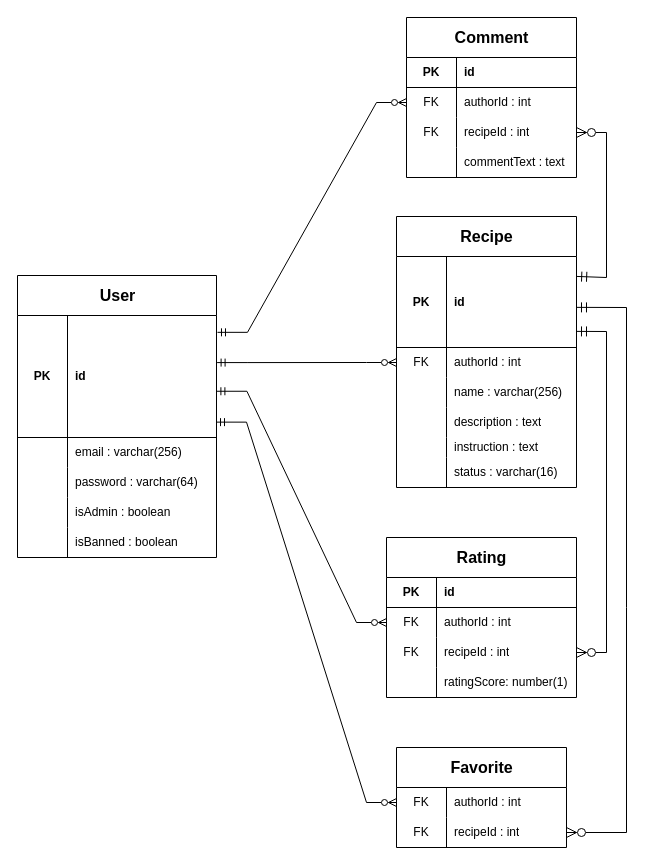
Earlier version of the draw.io diagram docs/ER-diagram/ER-diagram — Web Gastronomy.drawio (BullDigga/web-gastronomy). Source tidied: cells renumbered, new cells numbered last; positions are measured from the earlier drawing's top-left corner, leaving out a move shared by most shapes. Both pictures are drawn from the tidied source at 100%, with x=0, y=0 at pixel (17, 17).
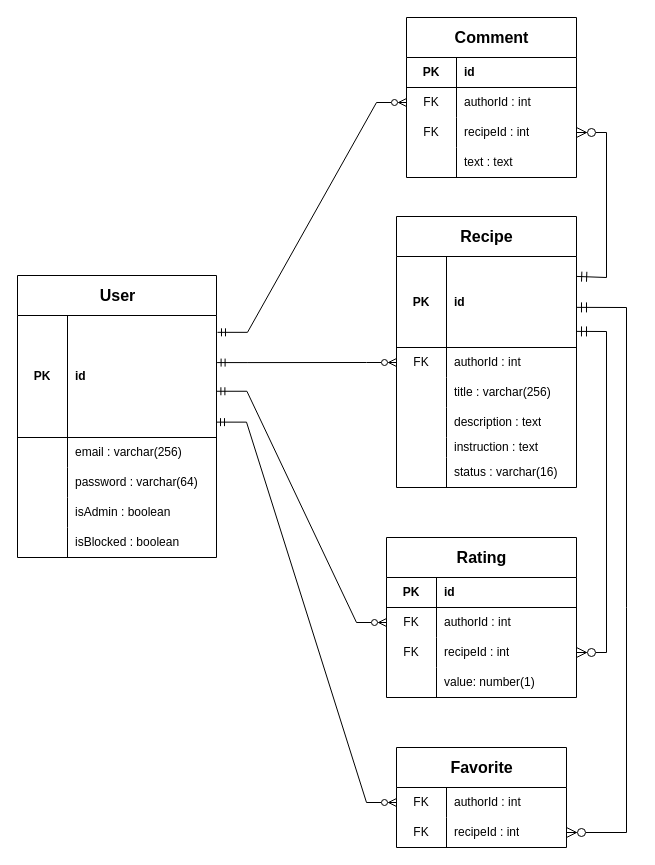
The same page after the edit.

Commit message (it also covers changes not shown here):
В ER-диаграмме изменено «isBanned» на «isBlocked», «name» на «title», «commentText» на «text»

Unchanged cells that the change refers to:
```xml
<mxCell id="15" style="shape=tableRow;horizontal=0;startSize=0;swimlaneHead=0;swimlaneBody=0;fillColor=none;top=0;left=0;right=0;bottom=0;" parent="2" vertex="1">
  <mxGeometry y="252" width="199" height="30" as="geometry" />
</mxCell>
<mxCell id="25" style="shape=tableRow;horizontal=0;startSize=0;swimlaneHead=0;swimlaneBody=0;fillColor=none;top=0;left=0;right=0;bottom=0;" parent="18" vertex="1">
  <mxGeometry y="161" width="180" height="30" as="geometry" />
</mxCell>
<mxCell id="48" style="shape=tableRow;horizontal=0;startSize=0;swimlaneHead=0;swimlaneBody=0;fillColor=none;top=0;left=0;right=0;bottom=0;" parent="38" vertex="1">
  <mxGeometry y="130" width="170" height="30" as="geometry" />
</mxCell>
<mxCell id="62" style="shape=tableRow;horizontal=0;startSize=0;swimlaneHead=0;swimlaneBody=0;fillColor=none;top=0;left=0;right=0;bottom=0;" parent="52" vertex="1">
  <mxGeometry y="130" width="190" height="30" as="geometry" />
</mxCell>
```

Diff of the diagram source:
```diff
@@
-    <mxCell id="17" value="isBanned : boolean" style="shape=partialRectangle;fillColor=none;top=0;left=0;bottom=0;right=0;align=left;spacingLeft=6;overflow=hidden;whiteSpace=wrap;html=1;" parent="15" vertex="1">
+    <mxCell id="17" value="isBlocked : boolean" style="shape=partialRectangle;fillColor=none;top=0;left=0;bottom=0;right=0;align=left;spacingLeft=6;overflow=hidden;whiteSpace=wrap;html=1;" parent="15" vertex="1">
       <mxGeometry x="50" width="149" height="30" as="geometry" />
     </mxCell>
@@
-    <mxCell id="27" value="name : varchar(256)" style="shape=partialRectangle;fillColor=none;top=0;left=0;bottom=0;right=0;align=left;spacingLeft=6;overflow=hidden;whiteSpace=wrap;html=1;" parent="25" vertex="1">
+    <mxCell id="27" value="title : varchar(256)" style="shape=partialRectangle;fillColor=none;top=0;left=0;bottom=0;right=0;align=left;spacingLeft=6;overflow=hidden;whiteSpace=wrap;html=1;" parent="25" vertex="1">
       <mxGeometry x="50" width="130" height="30" as="geometry" />
     </mxCell>
@@
-    <mxCell id="50" value="commentText : text" style="shape=partialRectangle;fillColor=none;top=0;left=0;bottom=0;right=0;align=left;spacingLeft=6;overflow=hidden;whiteSpace=wrap;html=1;" parent="48" vertex="1">
+    <mxCell id="50" value="text : text" style="shape=partialRectangle;fillColor=none;top=0;left=0;bottom=0;right=0;align=left;spacingLeft=6;overflow=hidden;whiteSpace=wrap;html=1;" parent="48" vertex="1">
       <mxGeometry x="50" width="120" height="30" as="geometry" />
     </mxCell>
@@
-    <mxCell id="64" value="ratingScore: number(1)" style="shape=partialRectangle;fillColor=none;top=0;left=0;bottom=0;right=0;align=left;spacingLeft=6;overflow=hidden;whiteSpace=wrap;html=1;" parent="62" vertex="1">
+    <mxCell id="64" value="value: number(1)" style="shape=partialRectangle;fillColor=none;top=0;left=0;bottom=0;right=0;align=left;spacingLeft=6;overflow=hidden;whiteSpace=wrap;html=1;" parent="62" vertex="1">
       <mxGeometry x="50" width="140" height="30" as="geometry" />
     </mxCell>
```
